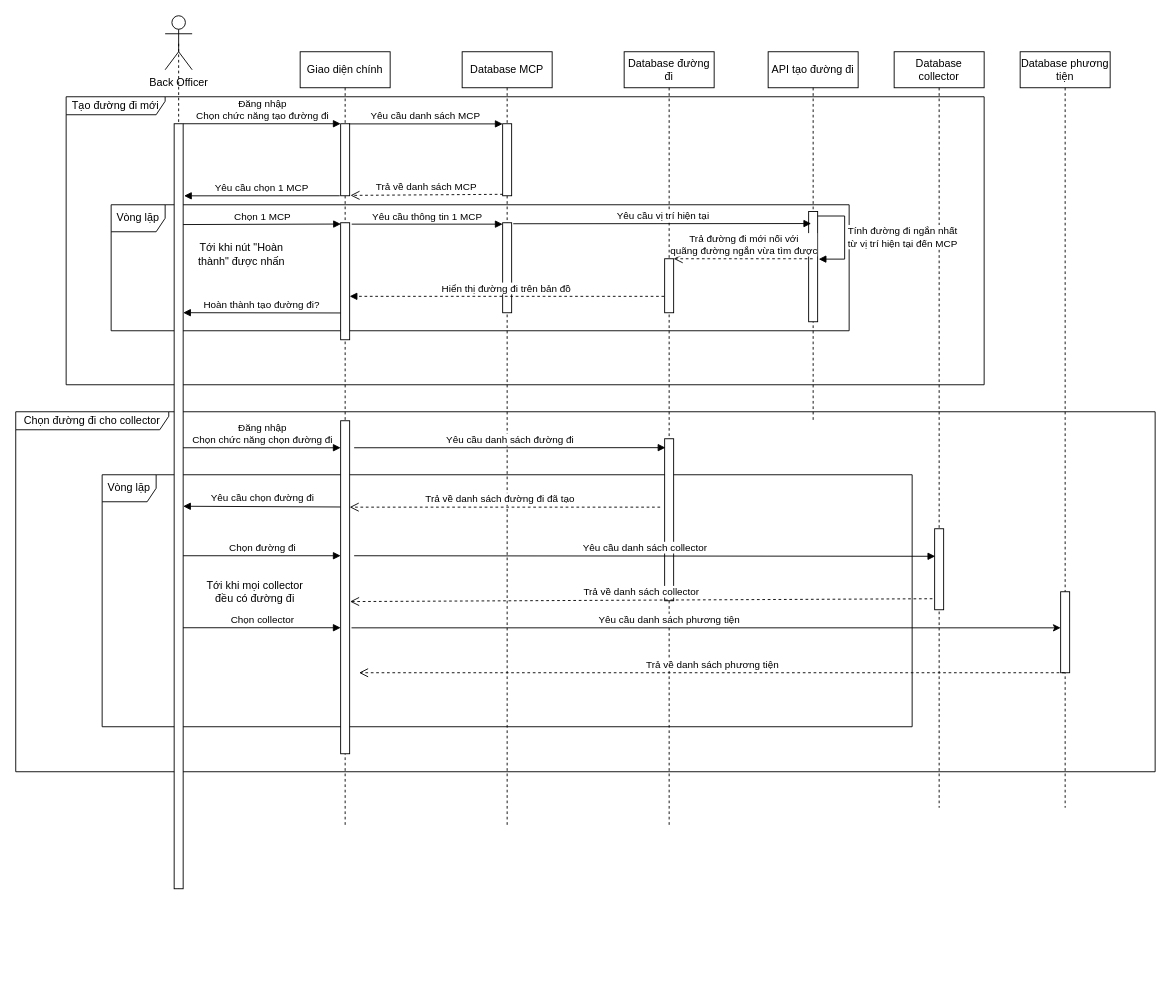
Before: page "Task 2.2" (2 of 3) of task2.drawio in thuankhangho/btl-cnpm, a draw.io diagram. Source tidied: cells renumbered, new cells numbered last; positions are measured from the earlier drawing's top-left corner, leaving out a move shared by most shapes. Both pictures are drawn from the tidied source at 90%, with x=0, y=0 at pixel (15, 15).
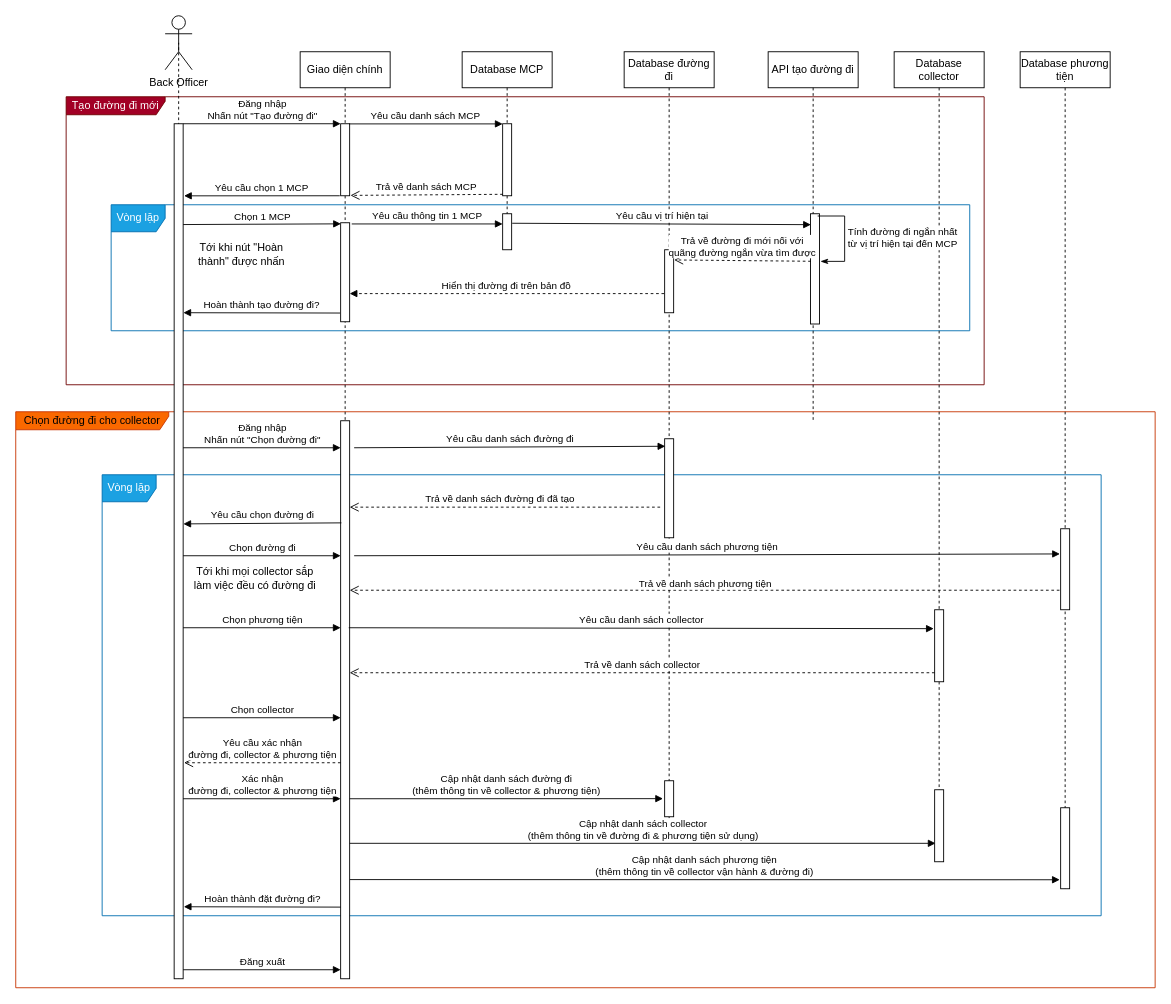
The same diagram, later.

Unchanged cells that the change refers to:
```xml
<mxCell id="11" style="html=1;points=[];perimeter=orthogonalPerimeter;" parent="9" vertex="1">
  <mxGeometry x="45" y="80" width="10" height="80" as="geometry" />
</mxCell>
<mxCell id="26" value="API tạo đường đi" style="shape=umlLifeline;perimeter=lifelinePerimeter;whiteSpace=wrap;html=1;outlineConnect=0;" parent="1" vertex="1">
  <mxGeometry x="836" y="40" width="100" height="410" as="geometry" />
</mxCell>
<mxCell id="29" value="Database đường đi" style="shape=umlLifeline;perimeter=lifelinePerimeter;whiteSpace=wrap;html=1;" parent="1" vertex="1">
  <mxGeometry x="676" y="40" width="100" height="860" as="geometry" />
</mxCell>
```

Change to the diagram source:
```diff
@@
-    <mxCell id="2" value="Chọn đường đi cho collector" style="shape=umlFrame;whiteSpace=wrap;html=1;width=170;height=20;" parent="1" vertex="1">
-      <mxGeometry y="440" width="1266" height="400" as="geometry" />
+    <mxCell id="2" value="Chọn đường đi cho collector" style="shape=umlFrame;whiteSpace=wrap;html=1;width=170;height=20;fillColor=#fa6800;fontColor=#000000;strokeColor=#C73500;" parent="1" vertex="1">
+      <mxGeometry y="440" width="1266" height="640" as="geometry" />
     </mxCell>
+    <mxCell id="4" value="Vòng lặp" style="shape=umlFrame;whiteSpace=wrap;html=1;fillColor=#1ba1e2;fontColor=#ffffff;strokeColor=#006EAF;" parent="1" vertex="1">
+      <mxGeometry x="96" y="510" width="1110" height="490" as="geometry" />
+    </mxCell>
     <mxCell id="3" value="Database phương tiện" style="shape=umlLifeline;perimeter=lifelinePerimeter;whiteSpace=wrap;html=1;outlineConnect=0;" parent="1" vertex="1">
-      <mxGeometry x="1116" y="40" width="100" height="840" as="geometry" />
+      <mxGeometry x="1116" y="40" width="100" height="930" as="geometry" />
     </mxCell>
-    <mxCell id="4" value="Vòng lặp" style="shape=umlFrame;whiteSpace=wrap;html=1;" parent="1" vertex="1">
-      <mxGeometry x="96" y="510" width="900" height="280" as="geometry" />
-    </mxCell>
+    <mxCell id="49" style="html=1;points=[];perimeter=orthogonalPerimeter;" parent="3" vertex="1">
+      <mxGeometry x="45" y="840" width="10" height="90" as="geometry" />
+    </mxCell>
-    <mxCell id="5" value="Tạo đường đi mới" style="shape=umlFrame;whiteSpace=wrap;html=1;width=110;height=20;" parent="1" vertex="1">
+    <mxCell id="5" value="Tạo đường đi mới" style="shape=umlFrame;whiteSpace=wrap;html=1;width=110;height=20;fillColor=#a20025;fontColor=#ffffff;strokeColor=#6F0000;" parent="1" vertex="1">
       <mxGeometry x="56" y="90" width="1020" height="320" as="geometry" />
     </mxCell>
-    <mxCell id="6" value="Vòng lặp" style="shape=umlFrame;whiteSpace=wrap;html=1;" parent="1" vertex="1">
-      <mxGeometry x="106" y="210" width="820" height="140" as="geometry" />
+    <mxCell id="6" value="Vòng lặp" style="shape=umlFrame;whiteSpace=wrap;html=1;fillColor=#1ba1e2;fontColor=#ffffff;strokeColor=#006EAF;" parent="1" vertex="1">
+      <mxGeometry x="106" y="210" width="954" height="140" as="geometry" />
     </mxCell>
@@
     <mxCell id="8" style="rounded=0;whiteSpace=wrap;html=1;" parent="1" vertex="1">
-      <mxGeometry x="176" y="120" width="10" height="850" as="geometry" />
+      <mxGeometry x="176" y="120" width="10" height="950" as="geometry" />
     </mxCell>
     <mxCell id="9" value="Giao diện chính" style="shape=umlLifeline;perimeter=lifelinePerimeter;whiteSpace=wrap;html=1;" parent="1" vertex="1">
-      <mxGeometry x="316" y="40" width="100" height="860" as="geometry" />
+      <mxGeometry x="316" y="40" width="100" height="1030" as="geometry" />
     </mxCell>
     <mxCell id="10" style="html=1;points=[];perimeter=orthogonalPerimeter;" parent="9" vertex="1">
-      <mxGeometry x="45" y="190" width="10" height="130" as="geometry" />
+      <mxGeometry x="45" y="190" width="10" height="110" as="geometry" />
     </mxCell>
@@
-    <mxCell id="12" value="Đăng nhập&lt;br&gt;Chọn chức năng chọn đường đi" style="html=1;verticalAlign=bottom;startArrow=none;endArrow=block;startSize=8;exitX=1;exitY=0;exitDx=0;exitDy=0;startFill=0;" parent="9" edge="1">
+    <mxCell id="12" value="Đăng nhập&lt;br&gt;Nhấn nút &quot;Chọn đường đi&quot;" style="html=1;verticalAlign=bottom;startArrow=none;endArrow=block;startSize=8;exitX=1;exitY=0;exitDx=0;exitDy=0;startFill=0;" parent="9" edge="1">
       <mxGeometry relative="1" as="geometry">
         <mxPoint x="-130" y="440" as="sourcePoint" />
         <mxPoint x="45" y="440" as="targetPoint" />
       </mxGeometry>
     </mxCell>
+    <mxCell id="14" value="Chọn đường đi" style="html=1;verticalAlign=bottom;startArrow=none;endArrow=block;startSize=8;exitX=1;exitY=0;exitDx=0;exitDy=0;startFill=0;" parent="9" edge="1">
+      <mxGeometry relative="1" as="geometry">
+        <mxPoint x="-130" y="560" as="sourcePoint" />
+        <mxPoint x="45" y="560" as="targetPoint" />
+      </mxGeometry>
+    </mxCell>
     <mxCell id="13" style="html=1;points=[];perimeter=orthogonalPerimeter;" parent="9" vertex="1">
-      <mxGeometry x="45" y="410" width="10" height="370" as="geometry" />
+      <mxGeometry x="45" y="410" width="10" height="620" as="geometry" />
     </mxCell>
-    <mxCell id="14" value="Chọn đường đi" style="html=1;verticalAlign=bottom;startArrow=none;endArrow=block;startSize=8;exitX=1;exitY=0;exitDx=0;exitDy=0;startFill=0;" parent="9" edge="1">
-      <mxGeometry relative="1" as="geometry">
-        <mxPoint x="-130" y="560" as="sourcePoint" />
-        <mxPoint x="45" y="560" as="targetPoint" />
-      </mxGeometry>
-    </mxCell>
+    <mxCell id="50" value="Yêu cầu xác nhận&lt;br&gt;đường đi, collector &amp;amp; phương tiện" style="html=1;verticalAlign=bottom;endArrow=open;dashed=1;endSize=8;" parent="9" edge="1">
+      <mxGeometry relative="1" as="geometry">
+        <mxPoint x="45" y="790" as="sourcePoint" />
+        <mxPoint x="-129" y="790" as="targetPoint" />
+      </mxGeometry>
+    </mxCell>
+    <mxCell id="51" value="Cập nhật danh sách đường đi&lt;br&gt;(thêm thông tin về collector &amp;amp; phương tiện)" style="html=1;verticalAlign=bottom;endArrow=block;entryX=-0.182;entryY=0.497;entryDx=0;entryDy=0;entryPerimeter=0;" parent="9" edge="1" target="53">
+      <mxGeometry relative="1" as="geometry">
+        <mxPoint x="55" y="830" as="sourcePoint" />
+      </mxGeometry>
+    </mxCell>
+    <mxCell id="52" value="Đăng xuất" style="html=1;verticalAlign=bottom;endArrow=block;" parent="9" edge="1">
+      <mxGeometry relative="1" as="geometry">
+        <mxPoint x="-130" y="1020" as="sourcePoint" />
+        <mxPoint x="45" y="1020" as="targetPoint" />
+      </mxGeometry>
+    </mxCell>
     <mxCell id="15" value="Database MCP" style="shape=umlLifeline;perimeter=lifelinePerimeter;whiteSpace=wrap;html=1;" parent="1" vertex="1">
-      <mxGeometry x="496" y="40" width="100" height="860" as="geometry" />
+      <mxGeometry x="496" y="40" width="100" height="220" as="geometry" />
     </mxCell>
     <mxCell id="16" style="html=1;points=[];perimeter=orthogonalPerimeter;" parent="15" vertex="1">
-      <mxGeometry x="45" y="190" width="10" height="100" as="geometry" />
+      <mxGeometry x="45" y="180" width="10" height="40" as="geometry" />
     </mxCell>
@@
-    <mxCell id="19" value="Đăng nhập&lt;br&gt;Chọn chức năng tạo đường đi" style="html=1;verticalAlign=bottom;startArrow=none;endArrow=block;startSize=8;exitX=1;exitY=0;exitDx=0;exitDy=0;startFill=0;" parent="1" edge="1" source="8" target="11">
+    <mxCell id="19" value="Đăng nhập&lt;br&gt;Nhấn nút &quot;Tạo đường đi&quot;" style="html=1;verticalAlign=bottom;startArrow=none;endArrow=block;startSize=8;exitX=1;exitY=0;exitDx=0;exitDy=0;startFill=0;" parent="1" edge="1" source="8" target="11">
       <mxGeometry relative="1" as="geometry" />
     </mxCell>
@@
     <mxCell id="24" value="Database collector" style="shape=umlLifeline;perimeter=lifelinePerimeter;whiteSpace=wrap;html=1;" parent="1" vertex="1">
-      <mxGeometry x="976" y="40" width="100" height="840" as="geometry" />
+      <mxGeometry x="976" y="40" width="100" height="900" as="geometry" />
     </mxCell>
     <mxCell id="25" style="html=1;points=[];perimeter=orthogonalPerimeter;" parent="24" vertex="1">
-      <mxGeometry x="45" y="530" width="10" height="90" as="geometry" />
+      <mxGeometry x="45" y="620" width="10" height="80" as="geometry" />
     </mxCell>
@@
     <mxCell id="27" style="html=1;points=[];perimeter=orthogonalPerimeter;" parent="26" vertex="1">
-      <mxGeometry x="45" y="177.5" width="10" height="122.5" as="geometry" />
+      <mxGeometry x="47" y="180" width="10" height="122.5" as="geometry" />
     </mxCell>
-    <mxCell id="28" value="Tính đường đi ngắn nhất&lt;br&gt;từ vị trí hiện tại đến MCP" style="edgeStyle=orthogonalEdgeStyle;html=1;align=left;spacingLeft=2;endArrow=block;rounded=0;entryX=1.115;entryY=0.432;strokeColor=default;entryDx=0;entryDy=0;entryPerimeter=0;" parent="26" edge="1" target="27">
+    <mxCell id="28" value="Tính đường đi ngắn nhất&lt;br&gt;từ vị trí hiện tại đến MCP" style="edgeStyle=orthogonalEdgeStyle;html=1;align=left;spacingLeft=2;endArrow=classicThin;rounded=0;entryX=1.115;entryY=0.432;strokeColor=default;entryDx=0;entryDy=0;entryPerimeter=0;endFill=1;" parent="26" edge="1" target="27">
       <mxGeometry relative="1" as="geometry">
         <mxPoint x="55" y="182.5" as="sourcePoint" />
         <Array as="points">
           <mxPoint x="85" y="183" />
-          <mxPoint x="85" y="230" />
+          <mxPoint x="85" y="233" />
         </Array>
       </mxGeometry>
     </mxCell>
@@
     <mxCell id="30" style="html=1;points=[];perimeter=orthogonalPerimeter;" parent="29" vertex="1">
-      <mxGeometry x="45" y="230" width="10" height="60" as="geometry" />
+      <mxGeometry x="45" y="220" width="10" height="70" as="geometry" />
     </mxCell>
     <mxCell id="31" style="html=1;points=[];perimeter=orthogonalPerimeter;" parent="29" vertex="1">
-      <mxGeometry x="45" y="430" width="10" height="180" as="geometry" />
+      <mxGeometry x="45" y="430" width="10" height="110" as="geometry" />
     </mxCell>
@@
+    <mxCell id="53" style="html=1;points=[];perimeter=orthogonalPerimeter;" parent="29" vertex="1">
+      <mxGeometry x="45" y="810" width="10" height="40" as="geometry" />
+    </mxCell>
-    <mxCell id="33" value="Yêu cầu vị trí hiện tại" style="html=1;verticalAlign=bottom;startArrow=none;endArrow=block;startSize=8;exitX=1.178;exitY=0.011;exitDx=0;exitDy=0;exitPerimeter=0;entryX=0.076;entryY=0.009;entryDx=0;entryDy=0;entryPerimeter=0;startFill=0;" parent="1" edge="1" source="16">
-      <mxGeometry relative="1" as="geometry">
-        <mxPoint x="883.8" y="230.9" as="targetPoint" />
-      </mxGeometry>
+    <mxCell id="33" value="Yêu cầu vị trí hiện tại" style="html=1;verticalAlign=bottom;startArrow=none;endArrow=block;startSize=8;exitX=1.06;exitY=0.264;exitDx=0;exitDy=0;exitPerimeter=0;startFill=0;entryX=0.049;entryY=0.099;entryDx=0;entryDy=0;entryPerimeter=0;" parent="1" edge="1" source="16" target="27">
+      <mxGeometry relative="1" as="geometry" />
     </mxCell>
-    <mxCell id="34" value="Trả đường đi mới nối với&lt;br&gt;quãng đường ngắn vừa tìm được" style="html=1;verticalAlign=bottom;endArrow=open;dashed=1;endSize=8;" parent="1" edge="1" source="26" target="30">
+    <mxCell id="34" value="Trả về đường đi mới nối với&lt;br&gt;quãng đường ngắn vừa tìm được" style="html=1;verticalAlign=bottom;endArrow=open;dashed=1;endSize=8;entryX=1.054;entryY=0.162;entryDx=0;entryDy=0;entryPerimeter=0;exitX=0.046;exitY=0.431;exitDx=0;exitDy=0;exitPerimeter=0;" parent="1" edge="1" source="27" target="30">
       <mxGeometry relative="1" as="geometry" />
     </mxCell>
-    <mxCell id="35" value="Hoàn thành tạo đường đi?" style="html=1;verticalAlign=bottom;endArrow=block;entryX=1.002;entryY=0.247;entryDx=0;entryDy=0;exitX=0.004;exitY=0.771;exitDx=0;exitDy=0;exitPerimeter=0;entryPerimeter=0;" parent="1" edge="1" source="10" target="8">
+    <mxCell id="35" value="Hoàn thành tạo đường đi?" style="html=1;verticalAlign=bottom;endArrow=block;entryX=1.024;entryY=0.221;entryDx=0;entryDy=0;exitX=-0.065;exitY=0.912;exitDx=0;exitDy=0;exitPerimeter=0;entryPerimeter=0;" parent="1" edge="1" source="10" target="8">
       <mxGeometry relative="1" as="geometry" />
     </mxCell>
@@
-    <mxCell id="38" value="Yêu cầu danh sách đường đi" style="html=1;verticalAlign=bottom;startArrow=none;endArrow=block;startSize=8;exitX=0.945;exitY=0.002;exitDx=0;exitDy=0;exitPerimeter=0;entryX=0.086;entryY=0.055;entryDx=0;entryDy=0;entryPerimeter=0;startFill=0;" parent="1" edge="1" target="31">
+    <mxCell id="38" value="Yêu cầu danh sách đường đi" style="html=1;verticalAlign=bottom;startArrow=none;endArrow=block;startSize=8;exitX=0.945;exitY=0.002;exitDx=0;exitDy=0;exitPerimeter=0;startFill=0;entryX=0.071;entryY=0.076;entryDx=0;entryDy=0;entryPerimeter=0;" parent="1" edge="1" target="31">
       <mxGeometry relative="1" as="geometry">
         <mxPoint x="376" y="480" as="sourcePoint" />
       </mxGeometry>
     </mxCell>
-    <mxCell id="39" value="Yêu cầu danh sách collector" style="html=1;verticalAlign=bottom;startArrow=none;endArrow=block;startSize=8;exitX=0.945;exitY=0.002;exitDx=0;exitDy=0;exitPerimeter=0;entryX=0.065;entryY=0.34;entryDx=0;entryDy=0;entryPerimeter=0;startFill=0;" parent="1" edge="1" target="25">
+    <mxCell id="39" value="Yêu cầu danh sách phương tiện" style="html=1;verticalAlign=bottom;startArrow=none;endArrow=block;startSize=8;exitX=0.945;exitY=0.002;exitDx=0;exitDy=0;exitPerimeter=0;entryX=-0.082;entryY=0.311;entryDx=0;entryDy=0;entryPerimeter=0;startFill=0;" parent="1" edge="1" target="46">
       <mxGeometry relative="1" as="geometry">
         <mxPoint x="376" y="600" as="sourcePoint" />
       </mxGeometry>
     </mxCell>
-    <mxCell id="40" value="Yêu cầu chọn đường đi" style="html=1;verticalAlign=bottom;endArrow=block;entryX=1;entryY=0.5;entryDx=0;entryDy=0;exitX=-0.031;exitY=0.259;exitDx=0;exitDy=0;exitPerimeter=0;" parent="1" edge="1" source="13" target="8">
+    <mxCell id="40" value="Yêu cầu chọn đường đi" style="html=1;verticalAlign=bottom;endArrow=block;exitX=0.083;exitY=0.183;exitDx=0;exitDy=0;exitPerimeter=0;entryX=1.024;entryY=0.468;entryDx=0;entryDy=0;entryPerimeter=0;" parent="1" edge="1" source="13" target="8">
       <mxGeometry relative="1" as="geometry" />
     </mxCell>
-    <mxCell id="41" value="Trả về danh sách collector" style="html=1;verticalAlign=bottom;endArrow=open;dashed=1;endSize=8;exitX=-0.246;exitY=0.864;exitDx=0;exitDy=0;exitPerimeter=0;entryX=1.044;entryY=0.543;entryDx=0;entryDy=0;entryPerimeter=0;" parent="1" edge="1" source="25" target="13">
-      <mxGeometry relative="1" as="geometry" />
+    <mxCell id="41" value="Trả về danh sách phương tiện" style="html=1;verticalAlign=bottom;endArrow=open;dashed=1;endSize=8;exitX=-0.131;exitY=0.759;exitDx=0;exitDy=0;exitPerimeter=0;" parent="1" edge="1" source="46" target="13">
+      <mxGeometry y="2" relative="1" as="geometry" />
     </mxCell>
-    <mxCell id="42" value="Chọn collector" style="html=1;verticalAlign=bottom;endArrow=block;" parent="1" edge="1">
+    <mxCell id="42" value="Chọn phương tiện" style="html=1;verticalAlign=bottom;endArrow=block;" parent="1" edge="1">
       <mxGeometry relative="1" as="geometry">
         <mxPoint x="186" y="680" as="sourcePoint" />
         <mxPoint x="361" y="680" as="targetPoint" />
       </mxGeometry>
     </mxCell>
-    <mxCell id="43" value="Tới khi mọi collector đều có đường đi" style="text;html=1;strokeColor=none;fillColor=none;align=center;verticalAlign=middle;whiteSpace=wrap;rounded=0;" parent="1" vertex="1">
-      <mxGeometry x="206" y="625" width="120" height="30" as="geometry" />
+    <mxCell id="43" value="Tới khi mọi collector sắp làm việc đều có đường đi" style="text;html=1;strokeColor=none;fillColor=none;align=center;verticalAlign=middle;whiteSpace=wrap;rounded=0;" parent="1" vertex="1">
+      <mxGeometry x="196" y="610" width="140" height="30" as="geometry" />
     </mxCell>
@@
-    <mxCell id="45" value="Yêu cầu danh sách phương tiện" style="html=1;verticalAlign=bottom;startArrow=none;endArrow=block;startSize=8;exitX=0.945;exitY=0.002;exitDx=0;exitDy=0;exitPerimeter=0;startFill=0;" parent="1" edge="1" source="46">
-      <mxGeometry x="1" y="-440" relative="1" as="geometry">
-        <mxPoint x="1166" y="680" as="targetPoint" />
-        <mxPoint x="-3" y="49" as="offset" />
-      </mxGeometry>
-    </mxCell>
     <mxCell id="46" style="html=1;points=[];perimeter=orthogonalPerimeter;" parent="1" vertex="1">
-      <mxGeometry x="1161" y="640" width="10" height="90" as="geometry" />
+      <mxGeometry x="1161" y="570" width="10" height="90" as="geometry" />
     </mxCell>
-    <mxCell id="47" style="html=1;verticalAlign=bottom;startArrow=none;endArrow=classic;startSize=8;exitX=0.945;exitY=0.002;exitDx=0;exitDy=0;exitPerimeter=0;startFill=0;endFill=1;" parent="1" edge="1" target="46">
-      <mxGeometry relative="1" as="geometry">
-        <mxPoint x="373.1" y="680.1" as="sourcePoint" />
-      </mxGeometry>
-    </mxCell>
-    <mxCell id="48" value="Trả về danh sách phương tiện" style="html=1;verticalAlign=bottom;endArrow=open;dashed=1;endSize=8;entryX=1.044;entryY=0.543;entryDx=0;entryDy=0;entryPerimeter=0;" parent="1" edge="1" source="3">
+    <mxCell id="48" value="Trả về danh sách collector" style="html=1;verticalAlign=bottom;endArrow=open;dashed=1;endSize=8;exitX=0.5;exitY=0.778;exitDx=0;exitDy=0;exitPerimeter=0;" parent="1" edge="1" target="13">
       <mxGeometry relative="1" as="geometry">
-        <mxPoint x="381.4" y="730" as="targetPoint" />
+        <mxPoint x="1021" y="730" as="sourcePoint" />
       </mxGeometry>
     </mxCell>
+    <mxCell id="54" value="Chọn collector" style="html=1;verticalAlign=bottom;endArrow=block;" parent="1" edge="1">
+      <mxGeometry relative="1" as="geometry">
+        <mxPoint x="186" y="780" as="sourcePoint" />
+        <mxPoint x="361" y="780" as="targetPoint" />
+      </mxGeometry>
+    </mxCell>
+    <mxCell id="55" value="Cập nhật danh sách collector&lt;br&gt;(thêm thông tin về đường đi &amp;amp; phương tiện sử dụng)" style="html=1;verticalAlign=bottom;endArrow=block;entryX=0.103;entryY=0.744;entryDx=0;entryDy=0;entryPerimeter=0;" parent="1" edge="1" source="13" target="59">
+      <mxGeometry relative="1" as="geometry" />
+    </mxCell>
+    <mxCell id="56" value="Cập nhật danh sách phương tiện&lt;br&gt;(thêm thông tin về collector vận hành &amp;amp; đường đi)" style="html=1;verticalAlign=bottom;endArrow=block;entryX=-0.1;entryY=0.889;entryDx=0;entryDy=0;entryPerimeter=0;exitX=0.248;exitY=0.918;exitDx=0;exitDy=0;exitPerimeter=0;" parent="1" edge="1" source="4" target="49">
+      <mxGeometry relative="1" as="geometry" />
+    </mxCell>
+    <mxCell id="57" value="Xác nhận&lt;br&gt;đường đi, collector &amp;amp; phương tiện" style="html=1;verticalAlign=bottom;endArrow=block;" parent="1" edge="1">
+      <mxGeometry relative="1" as="geometry">
+        <mxPoint x="186" y="870" as="sourcePoint" />
+        <mxPoint x="361" y="870" as="targetPoint" />
+      </mxGeometry>
+    </mxCell>
+    <mxCell id="58" value="Yêu cầu danh sách collector" style="html=1;verticalAlign=bottom;startArrow=none;endArrow=block;startSize=8;exitX=0.945;exitY=0.002;exitDx=0;exitDy=0;exitPerimeter=0;startFill=0;" parent="1" edge="1">
+      <mxGeometry relative="1" as="geometry">
+        <mxPoint x="370" y="680" as="sourcePoint" />
+        <mxPoint x="1020" y="681" as="targetPoint" />
+      </mxGeometry>
+    </mxCell>
+    <mxCell id="59" style="html=1;points=[];perimeter=orthogonalPerimeter;" parent="1" vertex="1">
+      <mxGeometry x="1021" y="860" width="10" height="80" as="geometry" />
+    </mxCell>
+    <mxCell id="60" value="Hoàn thành đặt đường đi?" style="html=1;verticalAlign=bottom;endArrow=block;entryX=1.002;entryY=0.247;entryDx=0;entryDy=0;exitX=-0.065;exitY=0.912;exitDx=0;exitDy=0;exitPerimeter=0;entryPerimeter=0;" parent="1" edge="1">
+      <mxGeometry relative="1" as="geometry">
+        <mxPoint x="361" y="990.4" as="sourcePoint" />
+        <mxPoint x="186.7" y="990" as="targetPoint" />
+      </mxGeometry>
+    </mxCell>
```
